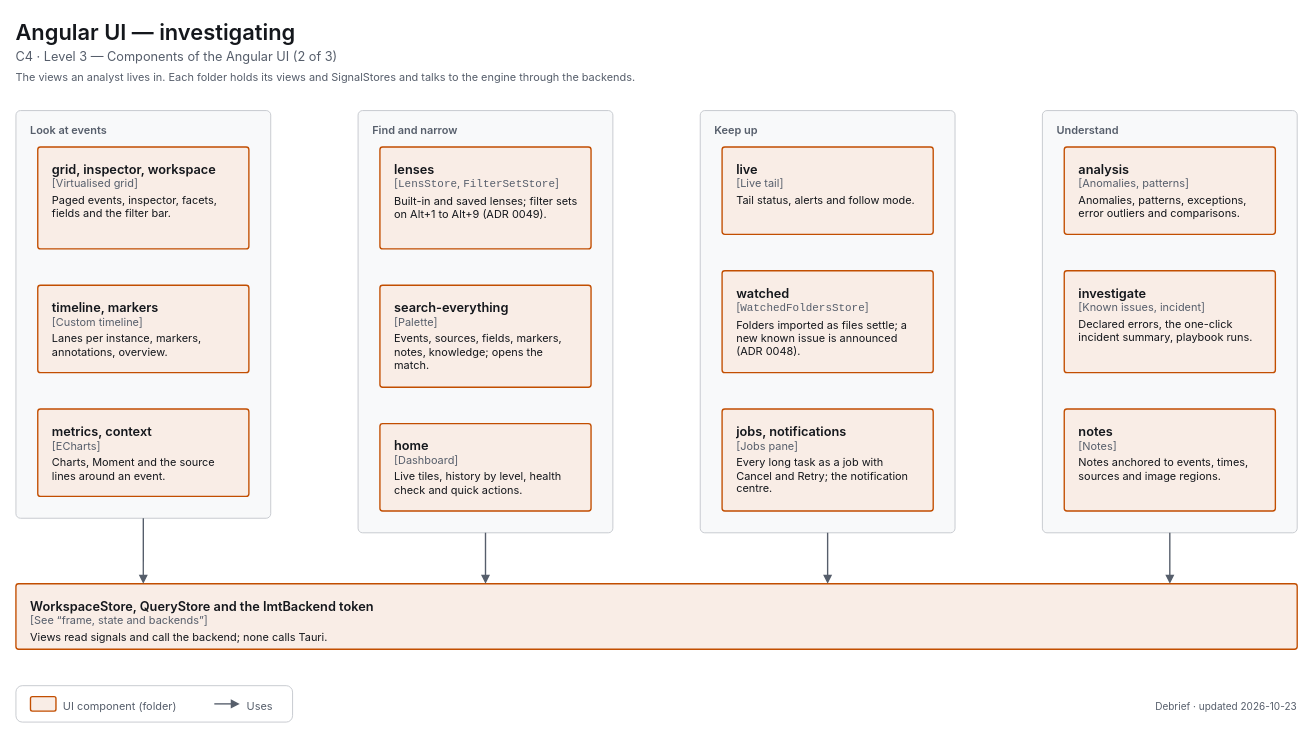
Before: docs/diagrams/c4-3-ui-investigate.drawio in decryp7/integrated_maintenance_tool, a draw.io diagram. Source tidied: cells renumbered, new cells numbered last; positions are measured from the earlier drawing's top-left corner, leaving out a move shared by most shapes. Both pictures are drawn from the tidied source at 91%, with x=0, y=0 at pixel (15, 15).
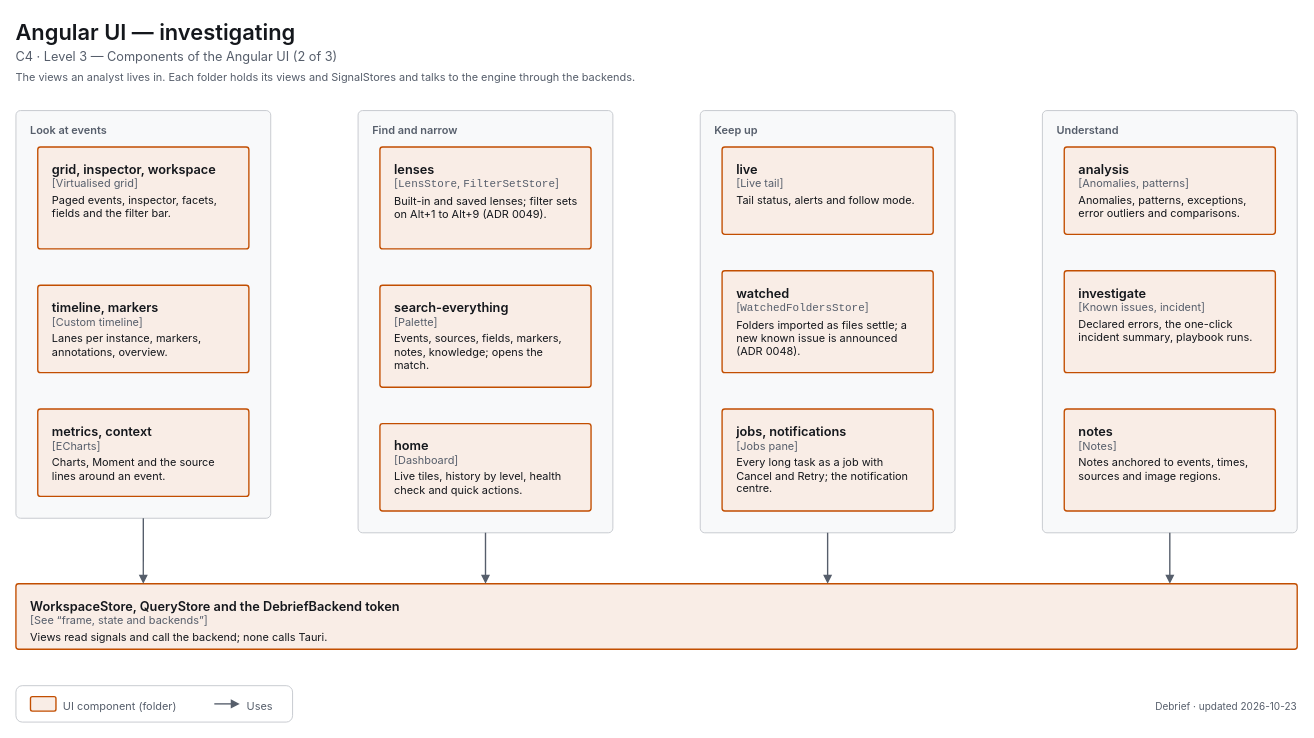
The same page after the edit.

What changed in the source:
```diff
@@
-    <mxCell id="21" value="&lt;span style=&quot;font-size:14px;font-weight:600&quot;&gt;WorkspaceStore, QueryStore and the ImtBackend token&lt;/span&gt;&lt;br&gt;&lt;span style=&quot;font-size:12px;color:light-dark(#565E6B,#A0A7B2)&quot;&gt;[See “frame, state and backends”]&lt;/span&gt;&lt;br&gt;&lt;div style=&quot;margin-top:4px;font-size:12px&quot;&gt;Views read signals and call the backend; none calls Tauri.&lt;/div&gt;" style="html=1;whiteSpace=wrap;fontFamily=-apple-system,BlinkMacSystemFont,Segoe UI,system-ui,sans-serif;fontSize=12;fontColor=light-dark(#14171C,#ECEEF1);rounded=1;absoluteArcSize=1;arcSize=6;strokeWidth=1.5;strokeColor=light-dark(#C24E00,#F07D3A);fillColor=light-dark(#F9EDE6,#382720);align=left;verticalAlign=top;spacingLeft=14;spacingRight=14;spacingTop=10;spacingBottom=8;" parent="1" vertex="1">
+    <mxCell id="21" value="&lt;span style=&quot;font-size:14px;font-weight:600&quot;&gt;WorkspaceStore, QueryStore and the DebriefBackend token&lt;/span&gt;&lt;br&gt;&lt;span style=&quot;font-size:12px;color:light-dark(#565E6B,#A0A7B2)&quot;&gt;[See “frame, state and backends”]&lt;/span&gt;&lt;br&gt;&lt;div style=&quot;margin-top:4px;font-size:12px&quot;&gt;Views read signals and call the backend; none calls Tauri.&lt;/div&gt;" style="html=1;whiteSpace=wrap;fontFamily=-apple-system,BlinkMacSystemFont,Segoe UI,system-ui,sans-serif;fontSize=12;fontColor=light-dark(#14171C,#ECEEF1);rounded=1;absoluteArcSize=1;arcSize=6;strokeWidth=1.5;strokeColor=light-dark(#C24E00,#F07D3A);fillColor=light-dark(#F9EDE6,#382720);align=left;verticalAlign=top;spacingLeft=14;spacingRight=14;spacingTop=10;spacingBottom=8;" parent="1" vertex="1">
       <mxGeometry y="624" width="1408" height="72" as="geometry" />
     </mxCell>
```
